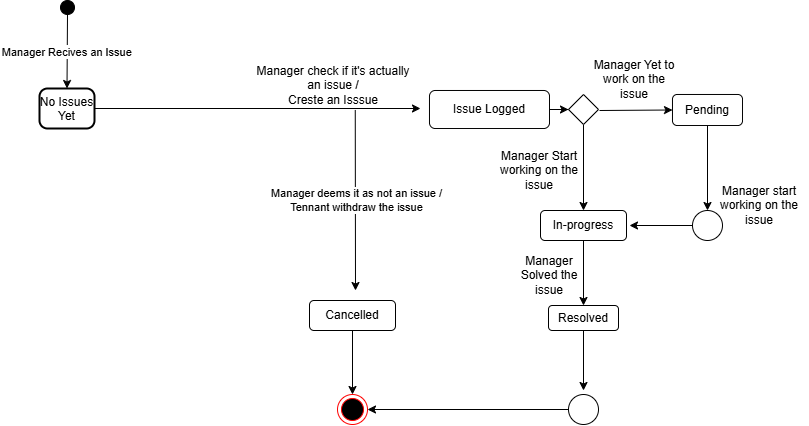
This is documentation/SWE/stateDiagram/stateDiagram2.drawio.png from Medo-SM/ApartmentManagementSystem, a draw.io export, as it was before one commit. Source tidied: cells renumbered, new cells last; positions are measured from the earlier drawing's top-left corner, leaving out a move shared by most shapes.
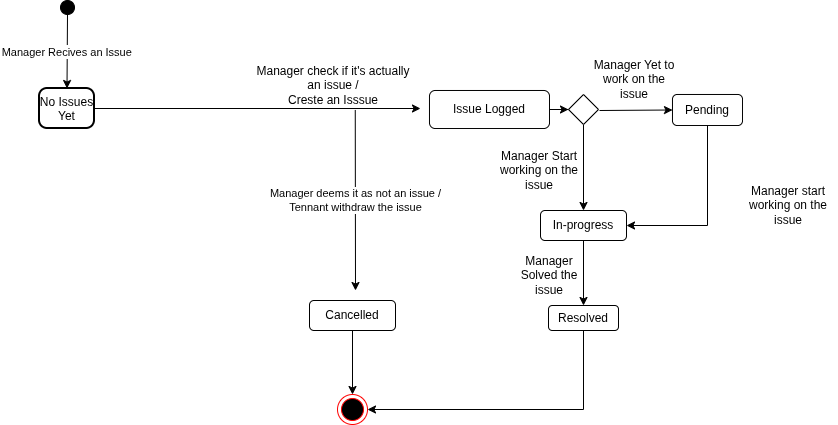
The same file after the commit.

Commit message:
docs: fix the syling in the state diagram

The edit, as a diff of the source:
```diff
@@ -53,9 +53,6 @@
         <mxPoint x="560" y="110" as="sourcePoint" />
       </mxGeometry>
     </mxCell>
-    <mxCell id="17" style="edgeStyle=orthogonalEdgeStyle;rounded=0;jettySize=auto;html=1;entryX=0.5;entryY=0;entryDx=0;entryDy=0;" parent="1" edge="1" source="18" target="28">
-      <mxGeometry relative="1" as="geometry" />
-    </mxCell>
     <mxCell id="18" value="Pending" style="rounded=1;whiteSpace=wrap;html=1;" parent="1" vertex="1">
       <mxGeometry x="633" y="94" width="70" height="31" as="geometry" />
     </mxCell>
@@ -71,11 +68,6 @@
     <mxCell id="22" value="Manager Start working on the issue" style="text;html=1;whiteSpace=wrap;strokeColor=none;fillColor=none;align=center;verticalAlign=middle;rounded=0;" parent="1" vertex="1">
       <mxGeometry x="450" y="155" width="100" height="30" as="geometry" />
     </mxCell>
-    <mxCell id="23" style="edgeStyle=orthogonalEdgeStyle;rounded=0;jettySize=auto;html=1;" parent="1" edge="1" source="24">
-      <mxGeometry relative="1" as="geometry">
-        <mxPoint x="544" y="390" as="targetPoint" />
-      </mxGeometry>
-    </mxCell>
     <mxCell id="24" value="Resolved" style="rounded=1;whiteSpace=wrap;html=1;" parent="1" vertex="1">
       <mxGeometry x="509" y="305" width="70" height="25" as="geometry" />
     </mxCell>
@@ -83,21 +75,21 @@
       <mxGeometry x="480" y="260" width="60" height="30" as="geometry" />
     </mxCell>
     <mxCell id="26" value="Manager start working on the issue" style="text;html=1;whiteSpace=wrap;strokeColor=none;fillColor=none;align=center;verticalAlign=middle;rounded=0;" parent="1" vertex="1">
-      <mxGeometry x="670" y="190" width="100" height="30" as="geometry" />
+      <mxGeometry x="699" y="190" width="100" height="30" as="geometry" />
     </mxCell>
-    <mxCell id="27" style="edgeStyle=orthogonalEdgeStyle;rounded=0;jettySize=auto;html=1;" parent="1" edge="1" source="28">
-      <mxGeometry relative="1" as="geometry">
-        <mxPoint x="590" y="225" as="targetPoint" />
-      </mxGeometry>
-    </mxCell>
-    <mxCell id="28" style="ellipse;whiteSpace=wrap;html=1;" parent="1" vertex="1">
-      <mxGeometry x="653" y="210" width="30" height="30" as="geometry" />
-    </mxCell>
-    <mxCell id="29" style="ellipse;whiteSpace=wrap;html=1;" parent="1" vertex="1">
-      <mxGeometry x="529" y="394" width="30" height="30" as="geometry" />
-    </mxCell>
-    <mxCell id="30" style="endArrow=classic;html=1;rounded=0;exitX=0;exitY=0.5;exitDx=0;exitDy=0;entryX=1;entryY=0.5;entryDx=0;entryDy=0;" parent="1" edge="1" source="29" target="13">
-      <mxGeometry relative="1" as="geometry" />
+    <mxCell id="30" style="endArrow=classic;html=1;rounded=0;exitX=0.5;exitY=1;exitDx=0;exitDy=0;entryX=1;entryY=0.5;entryDx=0;entryDy=0;" parent="1" edge="1" source="24" target="13">
+      <mxGeometry relative="1" as="geometry">
+        <Array as="points">
+          <mxPoint x="544" y="409" />
+        </Array>
+      </mxGeometry>
     </mxCell>
+    <mxCell id="31" style="endArrow=classic;html=1;rounded=0;entryX=1;entryY=0.5;entryDx=0;entryDy=0;exitX=0.5;exitY=1;exitDx=0;exitDy=0;" parent="1" edge="1" source="18" target="20">
+      <mxGeometry relative="1" as="geometry">
+        <Array as="points">
+          <mxPoint x="668" y="225" />
+        </Array>
+      </mxGeometry>
+    </mxCell>
   </root>
 </mxGraphModel>
```
